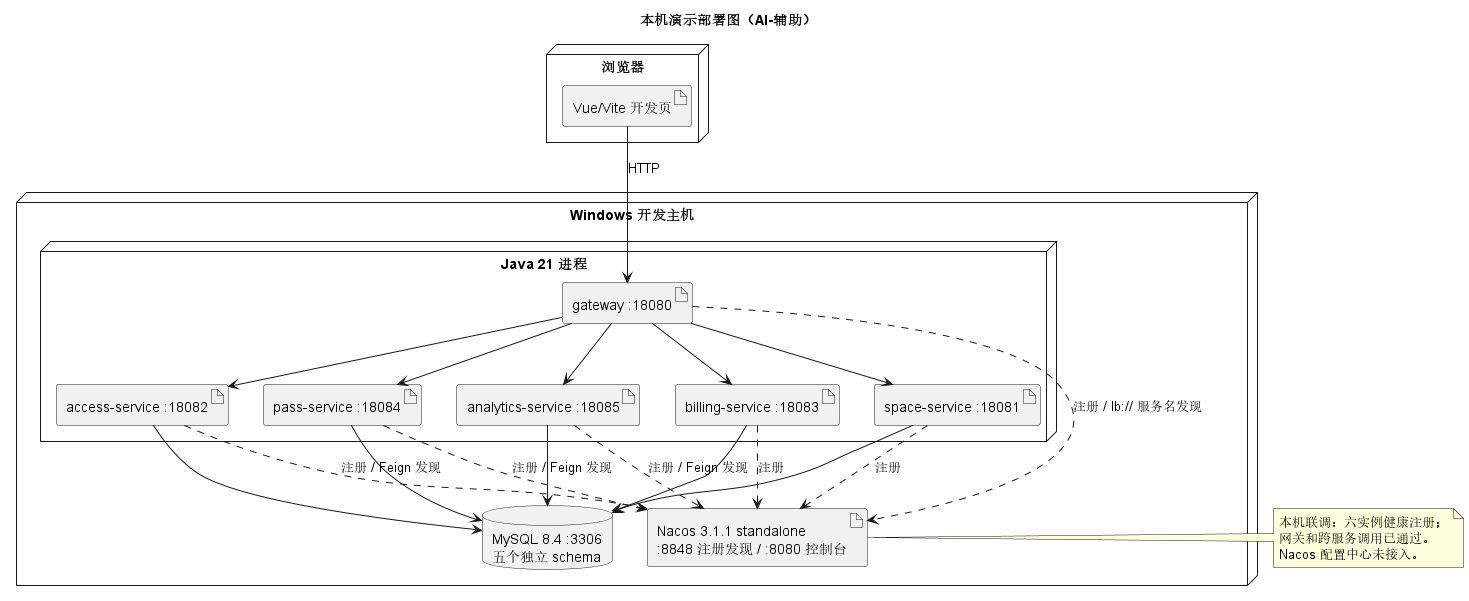
Earlier version of the PlantUML export models/rendered/13-deployment.png (Gindama713/UMLWORK).
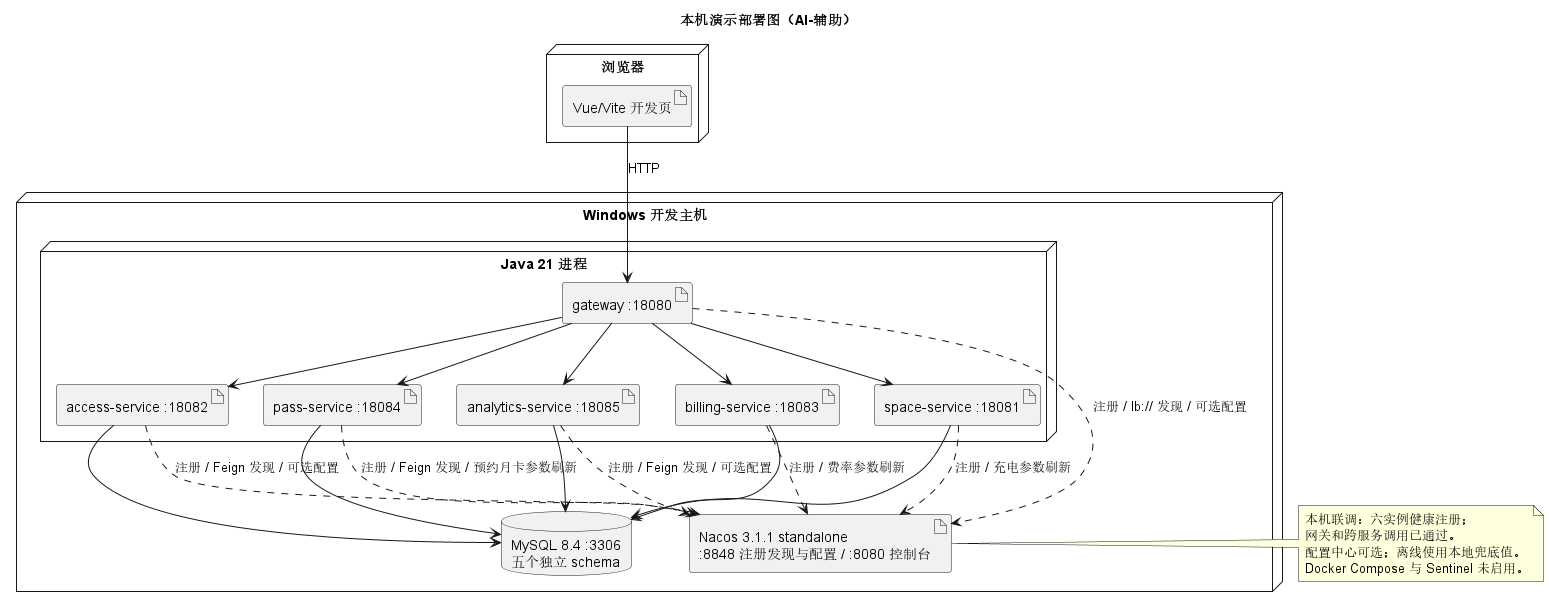
The same diagram one commit later.

Change to the diagram source:
```diff
@@ -13,7 +13,7 @@
     artifact "analytics-service :18085" as analytics
   }
   database "MySQL 8.4 :3306\n五个独立 schema" as mysql
-  artifact "Nacos 3.1.1 standalone\n:8848 注册发现 / :8080 控制台" as nacos
+  artifact "Nacos 3.1.1 standalone\n:8848 注册发现与配置 / :8080 控制台" as nacos
 }
 ui --> gateway : HTTP
 gateway --> space
@@ -21,12 +21,12 @@
 gateway --> billing
 gateway --> pass
 gateway --> analytics
-gateway ..> nacos : 注册 / lb:// 服务名发现
-space ..> nacos : 注册
-access ..> nacos : 注册 / Feign 发现
-billing ..> nacos : 注册
-pass ..> nacos : 注册 / Feign 发现
-analytics ..> nacos : 注册 / Feign 发现
+gateway ..> nacos : 注册 / lb:// 发现 / 可选配置
+space ..> nacos : 注册 / 充电参数刷新
+access ..> nacos : 注册 / Feign 发现 / 可选配置
+billing ..> nacos : 注册 / 费率参数刷新
+pass ..> nacos : 注册 / Feign 发现 / 预约月卡参数刷新
+analytics ..> nacos : 注册 / Feign 发现 / 可选配置
 space --> mysql
 access --> mysql
 billing --> mysql
@@ -35,6 +35,7 @@
 note right of nacos
 本机联调：六实例健康注册；
 网关和跨服务调用已通过。
-Nacos 配置中心未接入。
+配置中心可选；离线使用本地兜底值。
+Docker Compose 与 Sentinel 未启用。
 end note
 @enduml
```
